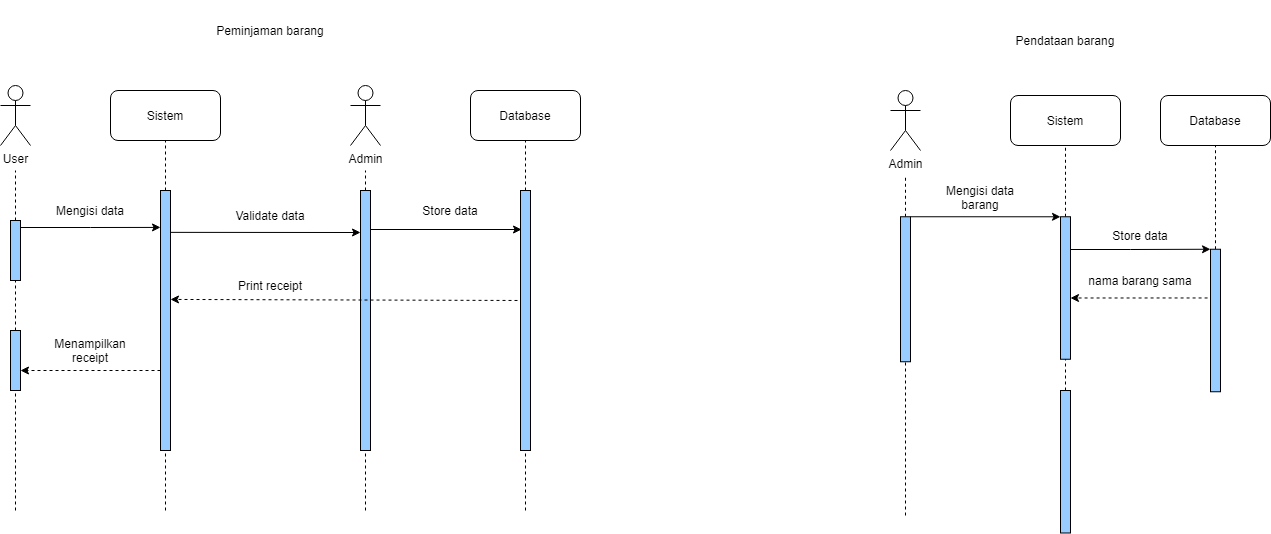
johannfac/aplikasipeminjamanaset keeps this draw.io diagram as diagrams/Sequence Diagram.drawio.png. Above is the earlier version. Source tidied: cells renumbered, new cells last; positions are measured from the earlier drawing's top-left corner, leaving out a move shared by most shapes.
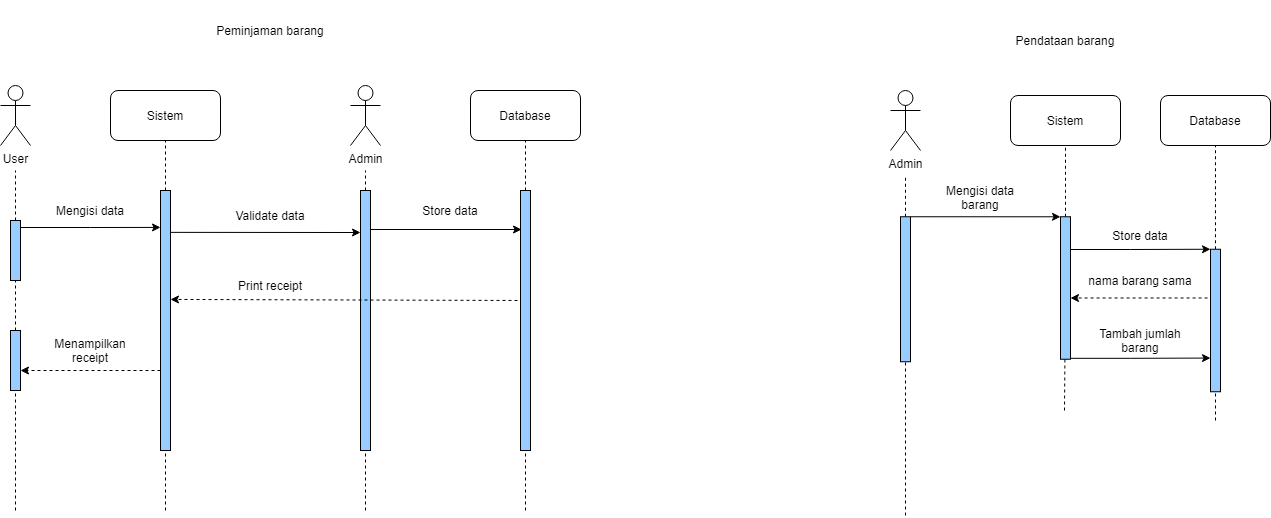
After the commit.

Diff of the diagram source:
```diff
@@ -157,13 +157,6 @@
     <mxCell id="41" style="rounded=0;whiteSpace=wrap;html=1;fillColor=#99CCFF;" parent="1" vertex="1">
       <mxGeometry x="1060" y="216.2" width="10" height="142.5" as="geometry" />
     </mxCell>
-    <mxCell id="42" style="endArrow=none;dashed=1;html=1;rounded=0;entryX=0.5;entryY=1;entryDx=0;entryDy=0;" parent="1" edge="1" source="48" target="41">
-      <mxGeometry relative="1" as="geometry">
-        <Array as="points">
-          <mxPoint x="1065" y="390" />
-        </Array>
-      </mxGeometry>
-    </mxCell>
     <mxCell id="43" value="Mengisi data barang" style="text;html=1;strokeColor=none;fillColor=none;align=center;verticalAlign=middle;whiteSpace=wrap;rounded=0;" parent="1" vertex="1">
       <mxGeometry x="930" y="186.9" width="100" height="20" as="geometry" />
     </mxCell>
@@ -185,9 +178,6 @@
     <mxCell id="47" style="edgeStyle=orthogonalEdgeStyle;rounded=0;orthogonalLoop=1;jettySize=auto;html=1;exitX=0.5;exitY=1;exitDx=0;exitDy=0;dashed=1;" parent="1" edge="1" source="46" target="46">
       <mxGeometry relative="1" as="geometry" />
     </mxCell>
-    <mxCell id="48" style="rounded=0;whiteSpace=wrap;html=1;fillColor=#99CCFF;" parent="1" vertex="1">
-      <mxGeometry x="1060" y="390" width="10" height="142.5" as="geometry" />
-    </mxCell>
     <mxCell id="49" style="edgeStyle=orthogonalEdgeStyle;rounded=0;orthogonalLoop=1;jettySize=auto;html=1;exitX=0;exitY=0.25;exitDx=0;exitDy=0;entryX=1;entryY=0.5;entryDx=0;entryDy=0;dashed=1;" parent="1" edge="1">
       <mxGeometry relative="1" as="geometry">
         <mxPoint x="1210" y="294.4" as="sourcePoint" />
@@ -203,5 +193,31 @@
     <mxCell id="51" value="nama barang sama" style="text;html=1;strokeColor=none;fillColor=none;align=center;verticalAlign=middle;whiteSpace=wrap;rounded=0;" parent="1" vertex="1">
       <mxGeometry x="1085" y="270" width="110" height="20" as="geometry" />
     </mxCell>
+    <mxCell id="52" style="edgeStyle=orthogonalEdgeStyle;rounded=0;orthogonalLoop=1;jettySize=auto;html=1;entryX=0;entryY=0;entryDx=0;entryDy=0;" parent="1" edge="1">
+      <mxGeometry relative="1" as="geometry">
+        <mxPoint x="1070" y="357.8" as="sourcePoint" />
+        <mxPoint x="1210" y="357.6" as="targetPoint" />
+        <Array as="points">
+          <mxPoint x="1130" y="357.8" />
+          <mxPoint x="1130" y="357.8" />
+        </Array>
+      </mxGeometry>
+    </mxCell>
+    <mxCell id="53" value="Tambah jumlah barang" style="text;html=1;strokeColor=none;fillColor=none;align=center;verticalAlign=middle;whiteSpace=wrap;rounded=0;" parent="1" vertex="1">
+      <mxGeometry x="1090" y="330" width="100" height="20" as="geometry" />
+    </mxCell>
+    <mxCell id="54" style="edgeStyle=orthogonalEdgeStyle;rounded=0;orthogonalLoop=1;jettySize=auto;html=1;exitX=0.5;exitY=1;exitDx=0;exitDy=0;dashed=1;" parent="1" edge="1" source="53" target="53">
+      <mxGeometry relative="1" as="geometry" />
+    </mxCell>
+    <mxCell id="55" style="endArrow=none;dashed=1;html=1;rounded=0;" parent="1" edge="1" target="41">
+      <mxGeometry relative="1" as="geometry">
+        <mxPoint x="1064" y="410" as="sourcePoint" />
+      </mxGeometry>
+    </mxCell>
+    <mxCell id="56" style="endArrow=none;dashed=1;html=1;rounded=0;" parent="1" edge="1" target="50">
+      <mxGeometry relative="1" as="geometry">
+        <mxPoint x="1215" y="420" as="sourcePoint" />
+      </mxGeometry>
+    </mxCell>
   </root>
 </mxGraphModel>
```
